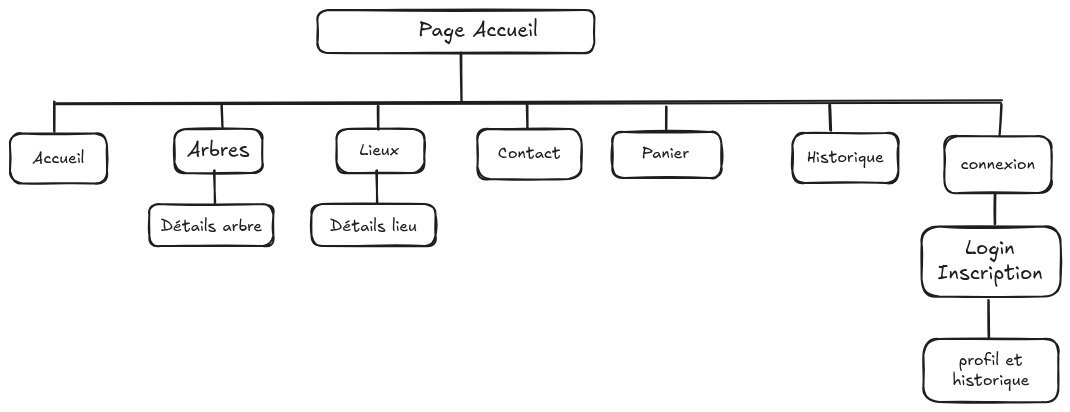
The Excalidraw diagram conception/Cahier des charges/arborescence.excalidraw.png in AnneSophieBaumgart/Greenroots, before a commit. Source tidied: one line per element, renumbered; positions are measured from the earlier drawing's top-left corner, leaving out a move shared by most shapes.
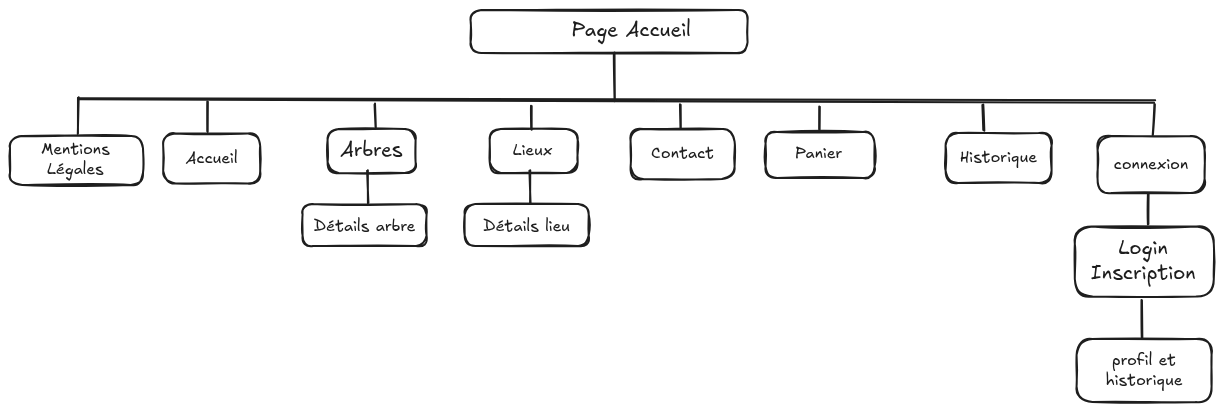
The same diagram one commit later.

Commit message:
ajout de la view des mentions légales et RGDP avec CSS et responsive + maj du cahier des charges et arborescence

Diff of the diagram source:
```diff
@@ -1,7 +1,7 @@
 {"id": 0, "type": "rectangle", "strokeColor": "#1e1e1e", "strokeWidth": 2, "roughness": 1, "round": true, "x": 307, "y": 0, "width": 277, "height": 43}
 {"id": 1, "type": "text", "text": "Page Accueil", "strokeColor": "#1e1e1e", "strokeWidth": 2, "roughness": 1, "fontSize": 20, "fontFamily": 5, "textAlign": "center", "x": 408, "y": 8, "width": 119, "height": 25}
 {"id": 2, "type": "line", "strokeColor": "#1e1e1e", "strokeWidth": 2, "roughness": 1, "round": true, "x": 451, "y": 43, "width": 0, "height": 48, "points": [[0, 0], [0, 48]]}
-{"id": 3, "type": "line", "strokeColor": "#1e1e1e", "strokeWidth": 2, "roughness": 1, "round": true, "x": 991, "y": 91, "width": 946, "height": 3, "points": [[0, 0], [-946, 3]]}
+{"id": 3, "type": "line", "strokeColor": "#1e1e1e", "strokeWidth": 2, "roughness": 1, "round": true, "x": 991, "y": 91, "width": 1077, "height": 2, "points": [[0, 0], [-1077, -2]]}
 {"id": 4, "type": "line", "strokeColor": "#1e1e1e", "strokeWidth": 2, "roughness": 1, "round": true, "x": 211, "y": 94, "width": 1, "height": 23, "points": [[0, 0], [1, 23]]}
 {"id": 5, "type": "rectangle", "strokeColor": "#1e1e1e", "strokeWidth": 2, "roughness": 1, "round": true, "x": 934, "y": 126, "width": 107, "height": 57}
 {"id": 6, "type": "text", "text": "connexion", "strokeColor": "#1e1e1e", "strokeWidth": 2, "roughness": 1, "fontSize": 16, "fontFamily": 5, "textAlign": "center", "verticalAlign": "middle", "inside": 5, "x": 955, "y": 144, "width": 67, "height": 20}
@@ -35,3 +35,6 @@
 {"id": 34, "type": "line", "strokeColor": "#1e1e1e", "strokeWidth": 2, "roughness": 1, "round": true, "x": 518, "y": 94, "width": 0, "height": 24, "points": [[0, 0], [0, 24]]}
 {"id": 35, "type": "line", "strokeColor": "#1e1e1e", "strokeWidth": 2, "roughness": 1, "round": true, "x": 657, "y": 96, "width": 0, "height": 23, "points": [[0, 0], [0, 23]]}
 {"id": 36, "type": "line", "strokeColor": "#1e1e1e", "strokeWidth": 2, "roughness": 1, "round": true, "x": 986, "y": 184, "width": 0, "height": 31, "points": [[0, 0], [0, 31]]}
+{"id": 37, "type": "rectangle", "strokeColor": "#1e1e1e", "strokeWidth": 2, "roughness": 1, "round": true, "x": -153, "y": 126, "width": 133, "height": 49}
+{"id": 38, "type": "text", "text": "Mentions\nLégales", "strokeColor": "#1e1e1e", "strokeWidth": 2, "roughness": 1, "fontSize": 16, "fontFamily": 5, "textAlign": "center", "x": -150, "y": 130, "width": 125, "height": 40}
+{"id": 39, "type": "line", "strokeColor": "#1e1e1e", "strokeWidth": 2, "roughness": 1, "round": true, "x": -85, "y": 88, "width": 1, "height": 36, "points": [[0, 0], [-1, 36]]}
```
